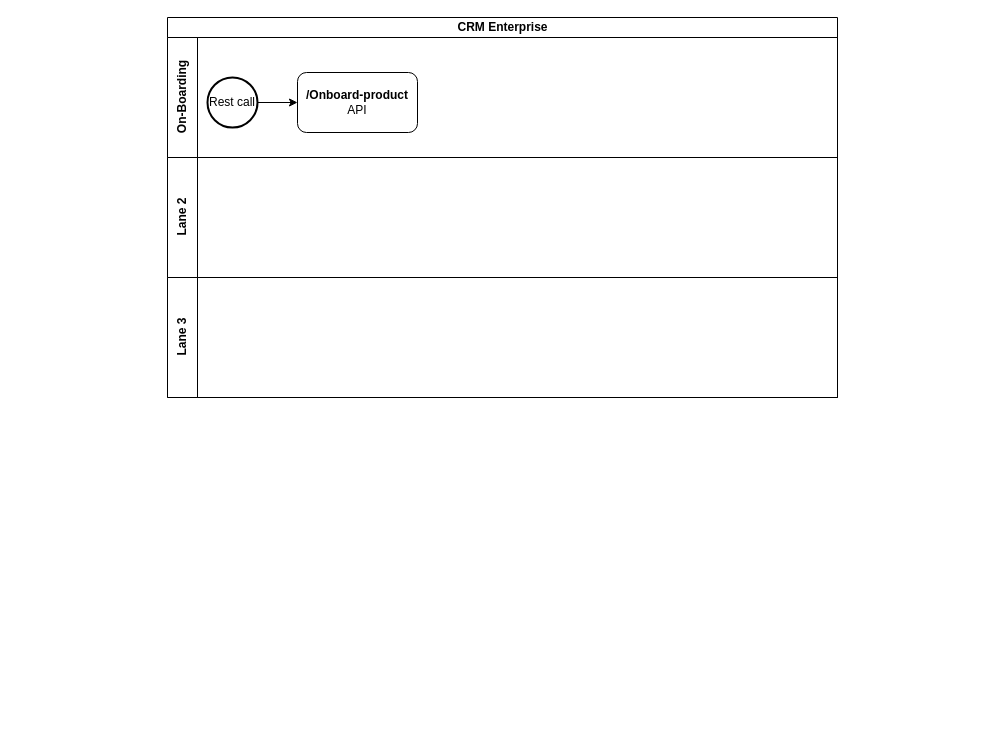
This is page "Page-4" (4 of 5) of Untitled Diagram.drawio from thrivikramarajarao/easy_test_domain, a draw.io file, before an edit. Source tidied: cells renumbered, new cells numbered last; positions are measured from the earlier drawing's top-left corner, leaving out a move shared by most shapes. Both pictures are drawn from the tidied source at 100%, with x=0, y=0 at pixel (167, 17).
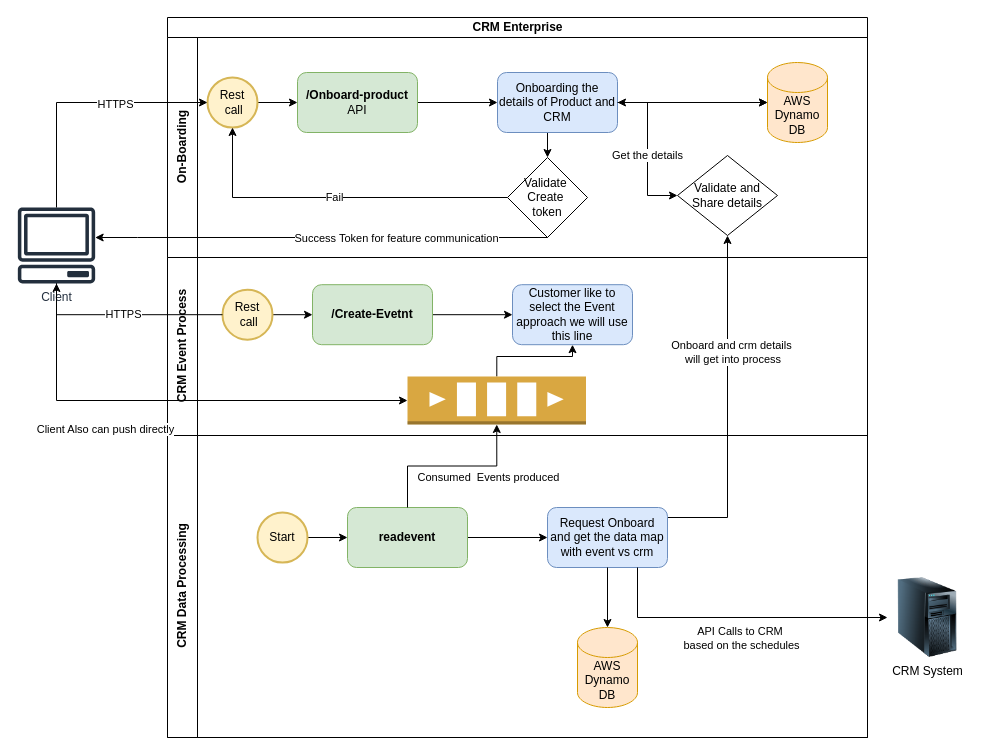
After the change.

What changed in the source:
```diff
@@
     <mxCell id="2" value="CRM Enterprise" style="swimlane;horizontal=1;startSize=20;html=1;" parent="1" vertex="1">
-      <mxGeometry width="670" height="380" as="geometry" />
+      <mxGeometry width="700" height="720" as="geometry" />
     </mxCell>
     <mxCell id="3" value="On-Boarding" style="swimlane;startSize=30;horizontal=0;html=1;" parent="2" vertex="1">
-      <mxGeometry y="20" width="670" height="120" as="geometry" />
+      <mxGeometry y="20" width="700" height="220" as="geometry" />
     </mxCell>
+    <mxCell id="9" style="edgeStyle=orthogonalEdgeStyle;rounded=0;jettySize=auto;html=1;" parent="3" edge="1" source="4" target="12">
+      <mxGeometry relative="1" as="geometry" />
+    </mxCell>
-    <mxCell id="4" value="&lt;b&gt;/Onboard-product&lt;/b&gt; API" style="rounded=1;whiteSpace=wrap;html=1;" parent="3" vertex="1">
+    <mxCell id="4" value="&lt;b&gt;/Onboard-product&lt;/b&gt; API" style="rounded=1;whiteSpace=wrap;html=1;fillColor=#d5e8d4;strokeColor=#82b366;" parent="3" vertex="1">
       <mxGeometry x="130" y="35" width="120" height="60" as="geometry" />
     </mxCell>
@@
-    <mxCell id="6" value="Rest call" style="strokeWidth=2;html=1;shape=mxgraph.flowchart.start_2;whiteSpace=wrap;" parent="3" vertex="1">
+    <mxCell id="6" value="&lt;div&gt;Rest&lt;/div&gt;&lt;div&gt;&amp;nbsp;call&lt;/div&gt;" style="strokeWidth=2;html=1;shape=mxgraph.flowchart.start_2;whiteSpace=wrap;fillColor=#fff2cc;strokeColor=#d6b656;" parent="3" vertex="1">
       <mxGeometry x="40" y="40" width="50" height="50" as="geometry" />
     </mxCell>
+    <mxCell id="10" style="edgeStyle=orthogonalEdgeStyle;rounded=0;jettySize=auto;html=1;exitX=0.5;exitY=1;exitDx=0;exitDy=0;entryX=0.5;entryY=0;entryDx=0;entryDy=0;" parent="3" edge="1" source="12" target="15">
+      <mxGeometry relative="1" as="geometry" />
+    </mxCell>
+    <mxCell id="11" style="edgeStyle=orthogonalEdgeStyle;rounded=0;jettySize=auto;html=1;" parent="3" edge="1" source="12" target="13">
+      <mxGeometry relative="1" as="geometry" />
+    </mxCell>
+    <mxCell id="12" value="Onboarding the details of Product and CRM" style="whiteSpace=wrap;html=1;rounded=1;fillColor=#dae8fc;strokeColor=#6c8ebf;" parent="3" vertex="1">
+      <mxGeometry x="330" y="35" width="120" height="60" as="geometry" />
+    </mxCell>
+    <mxCell id="13" value="AWS Dynamo DB" style="shape=cylinder3;whiteSpace=wrap;html=1;boundedLbl=1;backgroundOutline=1;size=15;fillColor=#ffe6cc;strokeColor=#d79b00;" parent="3" vertex="1">
+      <mxGeometry x="600" y="25" width="60" height="80" as="geometry" />
+    </mxCell>
+    <mxCell id="14" style="edgeStyle=orthogonalEdgeStyle;rounded=0;jettySize=auto;html=1;entryX=0;entryY=0.5;entryDx=0;entryDy=0;entryPerimeter=0;" parent="3" edge="1" source="12" target="13">
+      <mxGeometry relative="1" as="geometry" />
+    </mxCell>
+    <mxCell id="15" value="&lt;div&gt;Validate&amp;nbsp;&lt;/div&gt;&lt;div&gt;Create&amp;nbsp;&lt;/div&gt;&lt;div&gt;token&lt;br&gt;&lt;/div&gt;" style="rhombus;whiteSpace=wrap;html=1;" parent="3" vertex="1">
+      <mxGeometry x="340" y="120" width="80" height="80" as="geometry" />
+    </mxCell>
+    <mxCell id="16" value="Fail" style="edgeStyle=orthogonalEdgeStyle;rounded=0;jettySize=auto;html=1;entryX=0.5;entryY=1;entryDx=0;entryDy=0;entryPerimeter=0;" parent="3" edge="1" source="15" target="6">
+      <mxGeometry relative="1" as="geometry" />
+    </mxCell>
+    <mxCell id="17" style="edgeStyle=orthogonalEdgeStyle;rounded=0;jettySize=auto;html=1;entryX=1;entryY=0.5;entryDx=0;entryDy=0;startArrow=classic;startFill=1;" parent="3" edge="1" source="19" target="12">
+      <mxGeometry relative="1" as="geometry" />
+    </mxCell>
+    <mxCell id="18" value="Get the details " style="edgeLabel;html=1;align=center;verticalAlign=middle;" parent="17" vertex="1">
+      <mxGeometry x="-0.07" y="1" relative="1" as="geometry" />
+    </mxCell>
+    <mxCell id="19" value="Validate and Share details" style="rhombus;whiteSpace=wrap;html=1;" parent="3" vertex="1">
+      <mxGeometry x="510" y="118" width="100" height="80" as="geometry" />
+    </mxCell>
-    <mxCell id="7" value="Lane 2" style="swimlane;startSize=30;horizontal=0;html=1;" parent="2" vertex="1">
-      <mxGeometry y="140" width="670" height="120" as="geometry" />
+    <mxCell id="7" value="CRM Event Process" style="swimlane;startSize=30;horizontal=0;html=1;" parent="2" vertex="1">
+      <mxGeometry y="240" width="700" height="178" as="geometry" />
     </mxCell>
+    <mxCell id="20" style="edgeStyle=orthogonalEdgeStyle;rounded=0;jettySize=auto;html=1;" parent="7" edge="1" source="21" target="24">
+      <mxGeometry relative="1" as="geometry" />
+    </mxCell>
+    <mxCell id="21" value="&lt;b&gt;/Create-Evetnt&lt;/b&gt;" style="rounded=1;whiteSpace=wrap;html=1;fillColor=#d5e8d4;strokeColor=#82b366;" parent="7" vertex="1">
+      <mxGeometry x="145" y="27.2" width="120" height="60" as="geometry" />
+    </mxCell>
+    <mxCell id="22" style="edgeStyle=orthogonalEdgeStyle;rounded=0;jettySize=auto;html=1;exitX=1;exitY=0.5;exitDx=0;exitDy=0;exitPerimeter=0;entryX=0;entryY=0.5;entryDx=0;entryDy=0;" parent="7" edge="1" source="23" target="21">
+      <mxGeometry relative="1" as="geometry" />
+    </mxCell>
+    <mxCell id="23" value="&lt;div&gt;Rest&lt;/div&gt;&lt;div&gt;&amp;nbsp;call&lt;/div&gt;" style="strokeWidth=2;html=1;shape=mxgraph.flowchart.start_2;whiteSpace=wrap;fillColor=#fff2cc;strokeColor=#d6b656;" parent="7" vertex="1">
+      <mxGeometry x="55" y="32.2" width="50" height="50" as="geometry" />
+    </mxCell>
+    <mxCell id="24" value="Customer like to select the Event approach we will use this line" style="whiteSpace=wrap;html=1;rounded=1;fillColor=#dae8fc;strokeColor=#6c8ebf;" parent="7" vertex="1">
+      <mxGeometry x="345" y="27.2" width="120" height="60" as="geometry" />
+    </mxCell>
+    <mxCell id="25" style="edgeStyle=orthogonalEdgeStyle;rounded=0;jettySize=auto;html=1;entryX=0.5;entryY=1;entryDx=0;entryDy=0;" parent="7" edge="1" source="26" target="24">
+      <mxGeometry relative="1" as="geometry" />
+    </mxCell>
+    <mxCell id="26" style="outlineConnect=0;dashed=0;verticalLabelPosition=bottom;verticalAlign=top;align=center;html=1;shape=mxgraph.aws3.queue;fillColor=#D9A741;gradientColor=none;" parent="7" vertex="1">
+      <mxGeometry x="240" y="119" width="178.5" height="48" as="geometry" />
+    </mxCell>
+    <mxCell id="27" style="edgeStyle=orthogonalEdgeStyle;rounded=0;jettySize=auto;html=1;entryX=0.5;entryY=1;entryDx=0;entryDy=0;" parent="2" edge="1" source="33" target="19">
+      <mxGeometry relative="1" as="geometry">
+        <Array as="points">
+          <mxPoint x="560" y="500" />
+        </Array>
+      </mxGeometry>
+    </mxCell>
+    <mxCell id="28" value="&lt;div&gt;Onboard and crm details&lt;/div&gt;&lt;div&gt;&amp;nbsp;will get into&amp;nbsp;process &lt;/div&gt;" style="edgeLabel;html=1;align=center;verticalAlign=middle;" parent="27" vertex="1">
+      <mxGeometry x="0.32" y="-3" relative="1" as="geometry" />
+    </mxCell>
-    <mxCell id="8" value="Lane 3" style="swimlane;startSize=30;horizontal=0;html=1;" parent="2" vertex="1">
-      <mxGeometry y="260" width="670" height="120" as="geometry" />
+    <mxCell id="8" value="CRM Data Processing" style="swimlane;startSize=30;horizontal=0;html=1;" parent="2" vertex="1">
+      <mxGeometry y="418" width="700" height="302" as="geometry" />
     </mxCell>
+    <mxCell id="29" style="edgeStyle=orthogonalEdgeStyle;rounded=0;jettySize=auto;html=1;" parent="8" edge="1" source="30" target="33">
+      <mxGeometry relative="1" as="geometry" />
+    </mxCell>
+    <mxCell id="30" value="&lt;b&gt;readevent&lt;br&gt;&lt;/b&gt;" style="rounded=1;whiteSpace=wrap;html=1;fillColor=#d5e8d4;strokeColor=#82b366;" parent="8" vertex="1">
+      <mxGeometry x="180" y="72" width="120" height="60" as="geometry" />
+    </mxCell>
+    <mxCell id="31" style="edgeStyle=orthogonalEdgeStyle;rounded=0;jettySize=auto;html=1;exitX=1;exitY=0.5;exitDx=0;exitDy=0;exitPerimeter=0;entryX=0;entryY=0.5;entryDx=0;entryDy=0;" parent="8" edge="1" source="32" target="30">
+      <mxGeometry relative="1" as="geometry" />
+    </mxCell>
+    <mxCell id="32" value="Start" style="strokeWidth=2;html=1;shape=mxgraph.flowchart.start_2;whiteSpace=wrap;fillColor=#fff2cc;strokeColor=#d6b656;" parent="8" vertex="1">
+      <mxGeometry x="90" y="77" width="50" height="50" as="geometry" />
+    </mxCell>
+    <mxCell id="33" value="Request Onboard and get the data map with event vs crm" style="whiteSpace=wrap;html=1;rounded=1;fillColor=#dae8fc;strokeColor=#6c8ebf;" parent="8" vertex="1">
+      <mxGeometry x="380" y="72" width="120" height="60" as="geometry" />
+    </mxCell>
+    <mxCell id="34" value="AWS Dynamo DB" style="shape=cylinder3;whiteSpace=wrap;html=1;boundedLbl=1;backgroundOutline=1;size=15;fillColor=#ffe6cc;strokeColor=#d79b00;" parent="8" vertex="1">
+      <mxGeometry x="410" y="192" width="60" height="80" as="geometry" />
+    </mxCell>
+    <mxCell id="35" style="edgeStyle=orthogonalEdgeStyle;rounded=0;jettySize=auto;html=1;" parent="8" edge="1" source="33" target="34">
+      <mxGeometry relative="1" as="geometry" />
+    </mxCell>
+    <mxCell id="36" value="CRM System " style="image;html=1;image=img/lib/clip_art/computers/Server_Tower_128x128.png;" parent="8" vertex="1">
+      <mxGeometry x="720" y="142" width="80" height="80" as="geometry" />
+    </mxCell>
+    <mxCell id="37" style="edgeStyle=orthogonalEdgeStyle;rounded=0;jettySize=auto;html=1;exitX=0.75;exitY=1;exitDx=0;exitDy=0;entryX=0;entryY=0.5;entryDx=0;entryDy=0;" parent="8" edge="1" source="33" target="36">
+      <mxGeometry relative="1" as="geometry" />
+    </mxCell>
+    <mxCell id="38" value="&lt;div&gt;API Calls to CRM&amp;nbsp;&lt;/div&gt;&lt;div&gt;based on the schedules &lt;/div&gt;" style="edgeLabel;html=1;align=center;verticalAlign=middle;" parent="37" vertex="1">
+      <mxGeometry x="0.02" y="-2" relative="1" as="geometry">
+        <mxPoint y="18" as="offset" />
+      </mxGeometry>
+    </mxCell>
+    <mxCell id="39" style="edgeStyle=orthogonalEdgeStyle;rounded=0;jettySize=auto;html=1;entryX=0.5;entryY=1;entryDx=0;entryDy=0;entryPerimeter=0;" parent="2" edge="1" source="30" target="26">
+      <mxGeometry relative="1" as="geometry" />
+    </mxCell>
+    <mxCell id="40" value="Consumed&amp;nbsp; Events produced " style="edgeLabel;html=1;align=center;verticalAlign=middle;" parent="39" vertex="1">
+      <mxGeometry x="0.18" y="3" relative="1" as="geometry">
+        <mxPoint x="20" y="14" as="offset" />
+      </mxGeometry>
+    </mxCell>
+    <mxCell id="41" style="edgeStyle=orthogonalEdgeStyle;rounded=0;jettySize=auto;html=1;" parent="1" edge="1" target="26">
+      <mxGeometry relative="1" as="geometry">
+        <mxPoint x="-111" y="265" as="sourcePoint" />
+        <Array as="points">
+          <mxPoint x="-111" y="383" />
+        </Array>
+      </mxGeometry>
+    </mxCell>
+    <mxCell id="42" value="Client Also can push directly " style="edgeLabel;html=1;align=center;verticalAlign=middle;" parent="41" vertex="1">
+      <mxGeometry x="-0.23" y="-1" relative="1" as="geometry">
+        <mxPoint x="-15" y="27" as="offset" />
+      </mxGeometry>
+    </mxCell>
+    <mxCell id="43" value="Client" style="sketch=0;outlineConnect=0;fontColor=#232F3E;gradientColor=none;fillColor=#232F3D;strokeColor=none;dashed=0;verticalLabelPosition=bottom;verticalAlign=top;align=center;html=1;fontSize=12;fontStyle=0;shape=mxgraph.aws4.client;" parent="1" vertex="1">
+      <mxGeometry x="-150" y="190" width="78" height="76" as="geometry" />
+    </mxCell>
+    <mxCell id="44" style="edgeStyle=orthogonalEdgeStyle;rounded=0;jettySize=auto;html=1;" parent="1" edge="1" source="15" target="43">
+      <mxGeometry relative="1" as="geometry">
+        <Array as="points">
+          <mxPoint x="-30" y="220" />
+          <mxPoint x="-30" y="220" />
+        </Array>
+      </mxGeometry>
+    </mxCell>
+    <mxCell id="45" value="Success Token for feature communication " style="edgeLabel;html=1;align=center;verticalAlign=middle;" parent="44" vertex="1">
+      <mxGeometry x="-0.33" relative="1" as="geometry" />
+    </mxCell>
+    <mxCell id="46" style="edgeStyle=orthogonalEdgeStyle;rounded=0;jettySize=auto;html=1;entryX=0;entryY=0.5;entryDx=0;entryDy=0;entryPerimeter=0;" parent="1" edge="1" source="43" target="6">
+      <mxGeometry relative="1" as="geometry">
+        <Array as="points">
+          <mxPoint x="-111" y="85" />
+        </Array>
+      </mxGeometry>
+    </mxCell>
+    <mxCell id="47" value="HTTPS" style="edgeLabel;html=1;align=center;verticalAlign=middle;" parent="46" vertex="1">
+      <mxGeometry x="0.27" y="-1" relative="1" as="geometry" />
+    </mxCell>
+    <mxCell id="48" value="HTTPS" style="edgeStyle=orthogonalEdgeStyle;rounded=0;jettySize=auto;html=1;" parent="1" edge="1" source="23" target="43">
+      <mxGeometry relative="1" as="geometry" />
+    </mxCell>
```
